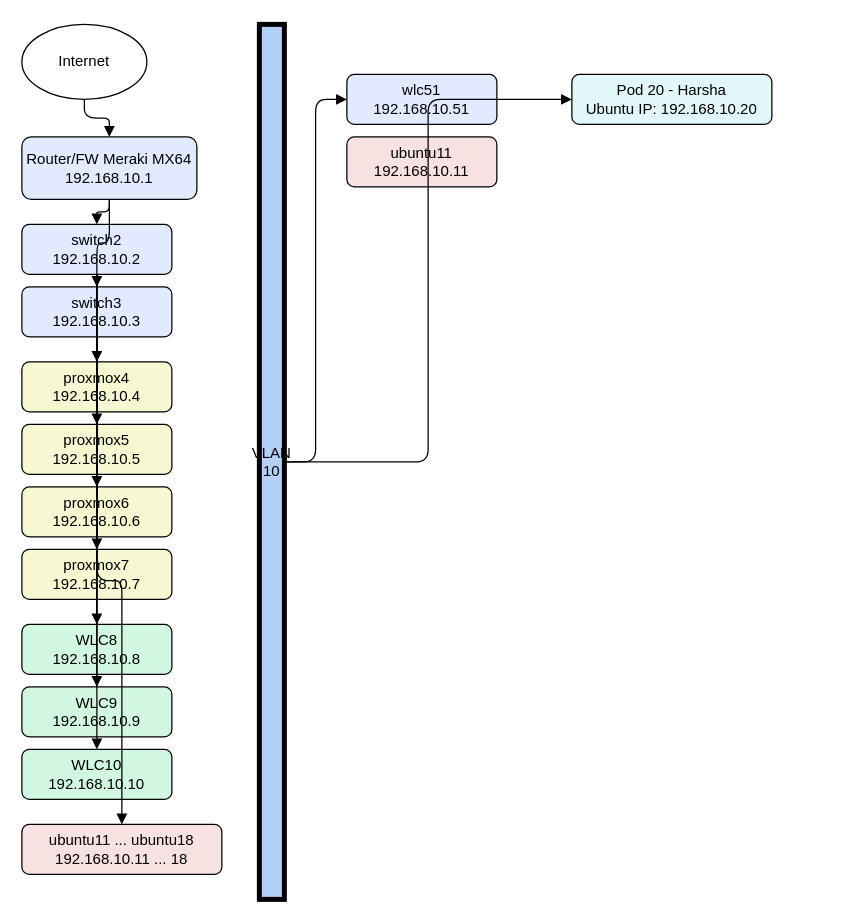
This is gitbook/.gitbook/assets/topology.drawio from akoksrud/wifi-automation, a draw.io file, before an edit. Source tidied: cells renumbered, new cells numbered last; positions are measured from the earlier drawing's top-left corner, leaving out a move shared by most shapes. Both pictures are drawn from the tidied source at 125%, with x=0, y=0 at pixel (21, 24).
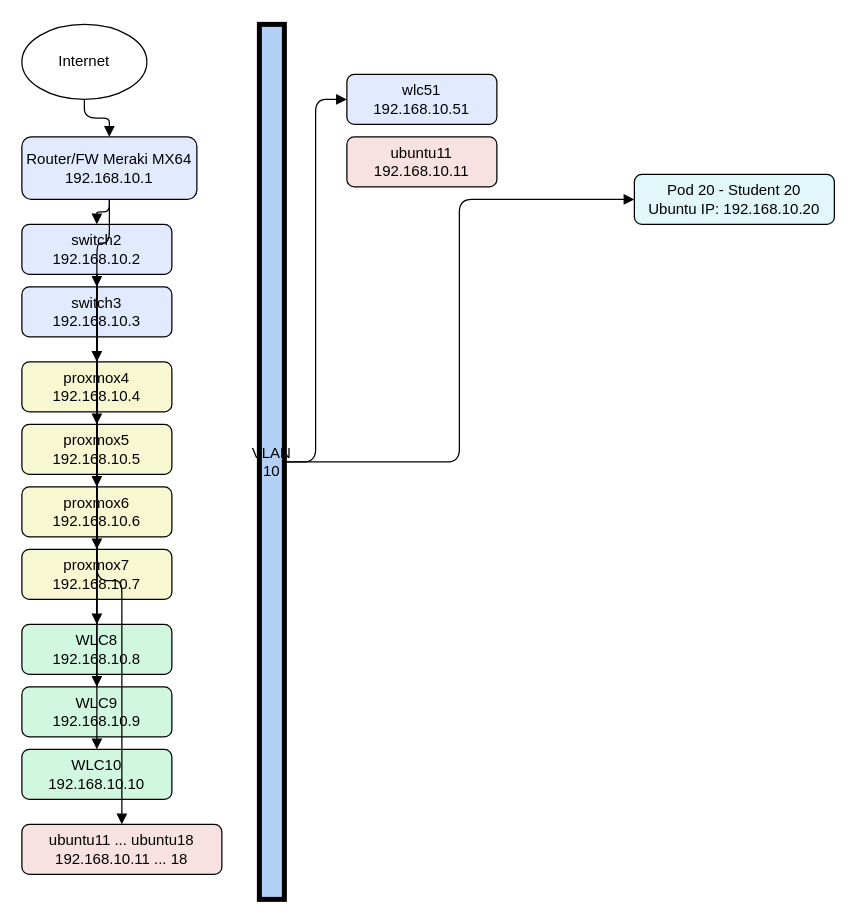
The same diagram, later.

Commit message:
updated topology drawing

What changed in the source:
```diff
@@
-    <mxCell id="28" value="Pod 20 - Harsha&#10;Ubuntu IP: 192.168.10.20" style="rounded=1;whiteSpace=wrap;html=1;fillColor=#e1f7fa;" parent="1" vertex="1">
-      <mxGeometry x="440" y="40" width="160" height="40" as="geometry" />
+    <mxCell id="28" value="Pod 20 - Student 20&lt;div&gt;Ubuntu IP: 192.168.10.20&lt;/div&gt;" style="rounded=1;whiteSpace=wrap;html=1;fillColor=#e1f7fa;" parent="1" vertex="1">
+      <mxGeometry x="490" y="120" width="160" height="40" as="geometry" />
     </mxCell>
```
